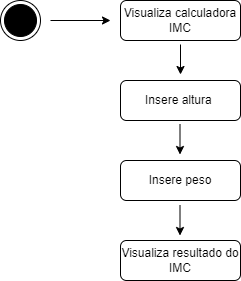
Before: NutriKids/Diagramas/Diagrama_Atividade_IMC.png, a diagram exported from draw.io (mvitoriasuz/FATEC_PI_NutriKids). Source tidied: cells renumbered, new cells last; positions are measured from the earlier drawing's top-left corner, leaving out a move shared by most shapes.
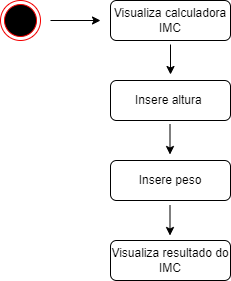
After the change.

Commit message:
Diagramas de Caso de uso, Atividade e Contexto

Change to the diagram source:
```diff
@@ -2,8 +2,8 @@
   <root>
     <mxCell id="0" />
     <mxCell id="1" parent="0" />
-    <mxCell id="2" style="ellipse;html=1;shape=endState;fillColor=#000000;strokeColor=#000000;" parent="1" vertex="1">
-      <mxGeometry width="40" height="40" as="geometry" />
+    <mxCell id="2" style="ellipse;html=1;shape=endState;fillColor=#000000;strokeColor=#f50000;" parent="1" vertex="1">
+      <mxGeometry x="10" width="40" height="40" as="geometry" />
     </mxCell>
     <mxCell id="3" value="Visualiza calculadora IMC" style="rounded=1;whiteSpace=wrap;html=1;" parent="1" vertex="1">
       <mxGeometry x="120" width="120" height="40" as="geometry" />
@@ -19,7 +19,7 @@
     </mxCell>
     <mxCell id="7" style="endArrow=classic;html=1;rounded=0;" parent="1" edge="1">
       <mxGeometry relative="1" as="geometry">
-        <mxPoint x="50" y="20" as="sourcePoint" />
+        <mxPoint x="60" y="20" as="sourcePoint" />
         <mxPoint x="110" y="20" as="targetPoint" />
       </mxGeometry>
     </mxCell>
```
